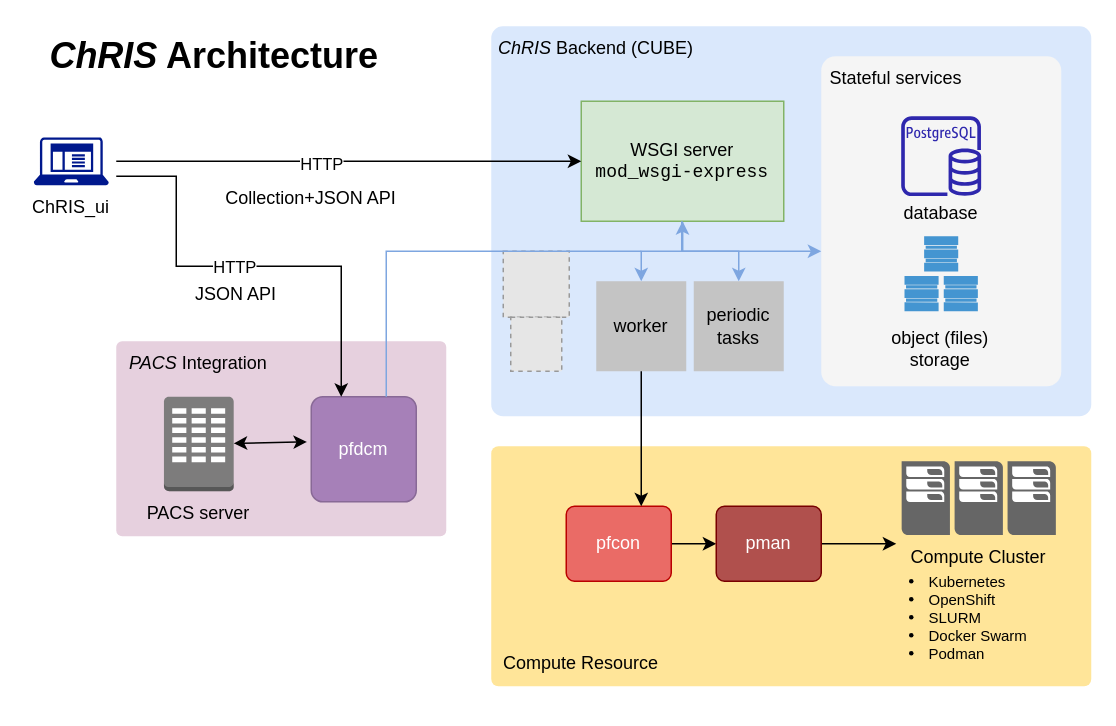
FNNDSC/chrisproject.org keeps this draw.io diagram as static/img/figures/ChRIS_architecture.drawio. Above is the earlier version. Source tidied: cells renumbered, new cells numbered last; positions are measured from the earlier drawing's top-left corner, leaving out a move shared by most shapes. Both pictures are drawn from the tidied source at 150%, with x=0, y=0 at pixel (26, 26). Pictures stored in the file or linked from it are replaced by grey dashed boxes.
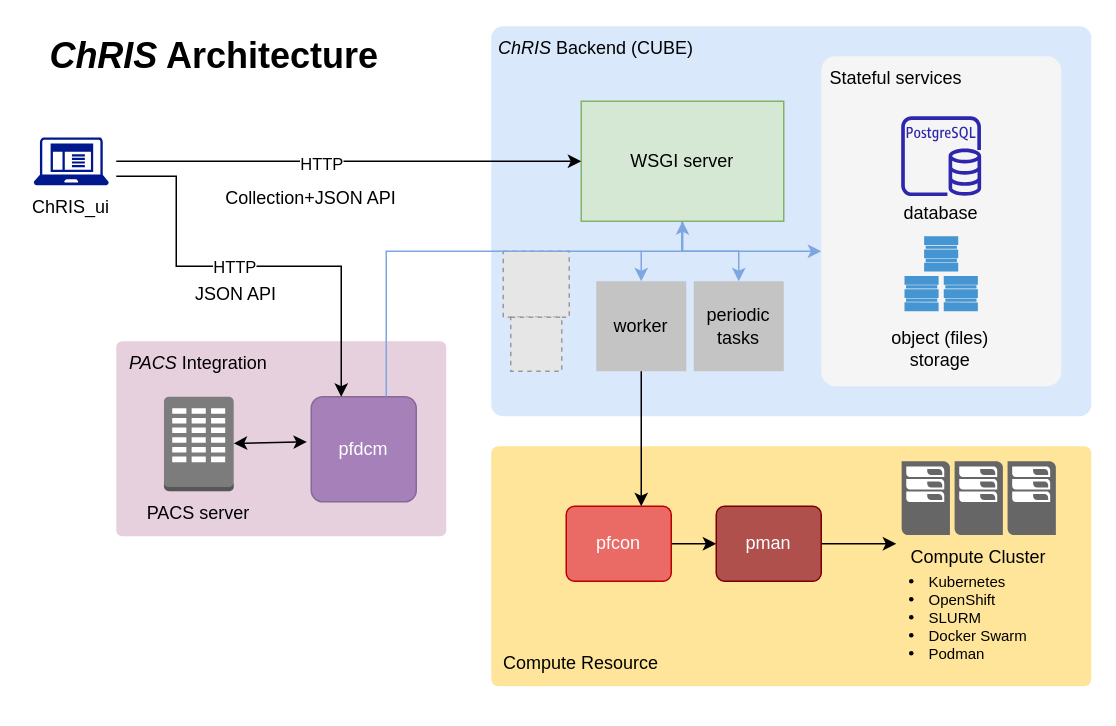
The same page after the edit.

Commit message (it also covers changes not shown here):
Remove mod_wsgi from architecture diagram

Diff of the diagram source:
```diff
@@
-    <mxCell id="16" value="&lt;div&gt;WSGI server&lt;/div&gt;&lt;div&gt;&lt;font face=&quot;monospace&quot;&gt;mod_wsgi-express&lt;/font&gt;&lt;br&gt;&lt;/div&gt;" style="rounded=1;whiteSpace=wrap;html=1;fillColor=#d5e8d4;strokeColor=#82b366;arcSize=0;" parent="1" vertex="1">
+    <mxCell id="16" value="WSGI server" style="rounded=1;whiteSpace=wrap;html=1;fillColor=#d5e8d4;strokeColor=#82b366;arcSize=0;" parent="1" vertex="1">
       <mxGeometry x="370" y="50" width="135" height="80" as="geometry" />
     </mxCell>
```
